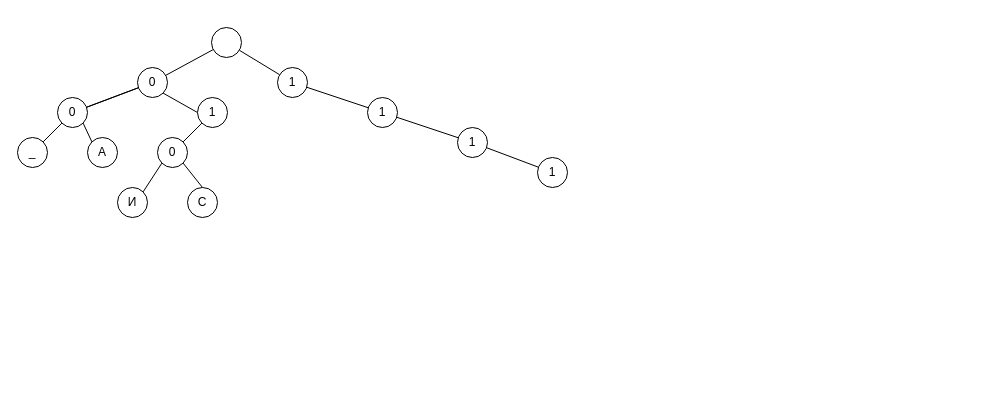
Before: Диаграмма без названия.drawio in Shumila71/shumila71.github.io, a draw.io diagram. Source tidied: cells renumbered, new cells numbered last; positions are measured from the earlier drawing's top-left corner, leaving out a move shared by most shapes. Both pictures are drawn from the tidied source at 100%, with x=0, y=0 at pixel (17, 27).
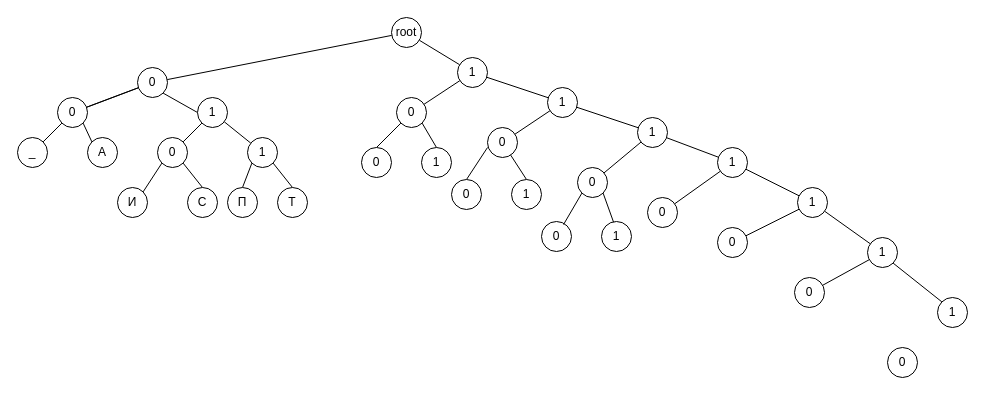
The same page after the edit.

Unchanged cells that the change refers to:
```xml
<mxCell id="22" value="1" style="ellipse;whiteSpace=wrap;html=1;" parent="1" vertex="1">
  <mxGeometry x="180" y="70" width="30" height="30" as="geometry" />
</mxCell>
```

What changed in the source:
```diff
@@
-    <mxCell id="7" style="ellipse;whiteSpace=wrap;html=1;" parent="1" vertex="1">
-      <mxGeometry x="194" width="30" height="30" as="geometry" />
+    <mxCell id="7" value="root" style="ellipse;whiteSpace=wrap;html=1;" parent="1" vertex="1">
+      <mxGeometry x="374" y="-10" width="30" height="30" as="geometry" />
     </mxCell>
@@
+    <mxCell id="28" style="edgeStyle=none;shape=connector;rounded=0;jettySize=auto;html=1;labelBackgroundColor=default;strokeColor=default;align=center;verticalAlign=middle;fontFamily=Helvetica;fontSize=11;fontColor=default;endArrow=none;endFill=0;" parent="1" edge="1" source="14" target="48">
+      <mxGeometry relative="1" as="geometry" />
+    </mxCell>
     <mxCell id="14" value="1" style="ellipse;whiteSpace=wrap;html=1;" parent="1" vertex="1">
-      <mxGeometry x="260" y="40" width="30" height="30" as="geometry" />
+      <mxGeometry x="440" y="30" width="30" height="30" as="geometry" />
     </mxCell>
@@
+    <mxCell id="29" style="edgeStyle=none;shape=connector;rounded=0;jettySize=auto;html=1;labelBackgroundColor=default;strokeColor=default;align=center;verticalAlign=middle;fontFamily=Helvetica;fontSize=11;fontColor=default;endArrow=none;endFill=0;" parent="1" edge="1" source="16" target="49">
+      <mxGeometry relative="1" as="geometry" />
+    </mxCell>
     <mxCell id="16" value="1" style="ellipse;whiteSpace=wrap;html=1;" parent="1" vertex="1">
-      <mxGeometry x="350" y="70" width="30" height="30" as="geometry" />
+      <mxGeometry x="530" y="60" width="30" height="30" as="geometry" />
     </mxCell>
@@
+    <mxCell id="30" style="edgeStyle=none;shape=connector;rounded=0;jettySize=auto;html=1;labelBackgroundColor=default;strokeColor=default;align=center;verticalAlign=middle;fontFamily=Helvetica;fontSize=11;fontColor=default;endArrow=none;endFill=0;" parent="1" edge="1" source="18" target="50">
+      <mxGeometry relative="1" as="geometry" />
+    </mxCell>
     <mxCell id="18" value="1" style="ellipse;whiteSpace=wrap;html=1;" parent="1" vertex="1">
-      <mxGeometry x="440" y="100" width="30" height="30" as="geometry" />
+      <mxGeometry x="620" y="90" width="30" height="30" as="geometry" />
     </mxCell>
+    <mxCell id="31" style="edgeStyle=none;shape=connector;rounded=0;jettySize=auto;html=1;labelBackgroundColor=default;strokeColor=default;align=center;verticalAlign=middle;fontFamily=Helvetica;fontSize=11;fontColor=default;endArrow=none;endFill=0;" parent="1" edge="1" source="19" target="41">
+      <mxGeometry relative="1" as="geometry" />
+    </mxCell>
+    <mxCell id="32" style="edgeStyle=none;shape=connector;rounded=0;jettySize=auto;html=1;labelBackgroundColor=default;strokeColor=default;align=center;verticalAlign=middle;fontFamily=Helvetica;fontSize=11;fontColor=default;endArrow=none;endFill=0;" parent="1" edge="1" source="19" target="51">
+      <mxGeometry relative="1" as="geometry" />
+    </mxCell>
     <mxCell id="19" value="1" style="ellipse;whiteSpace=wrap;html=1;" parent="1" vertex="1">
-      <mxGeometry x="520" y="130" width="30" height="30" as="geometry" />
+      <mxGeometry x="700" y="120" width="30" height="30" as="geometry" />
     </mxCell>
@@
+    <mxCell id="33" style="edgeStyle=none;shape=connector;rounded=0;jettySize=auto;html=1;labelBackgroundColor=default;strokeColor=default;align=center;verticalAlign=middle;fontFamily=Helvetica;fontSize=11;fontColor=default;endArrow=none;endFill=0;" parent="1" edge="1" source="22" target="36">
+      <mxGeometry relative="1" as="geometry" />
+    </mxCell>
@@
+    <mxCell id="34" style="edgeStyle=none;shape=connector;rounded=0;jettySize=auto;html=1;exitX=0;exitY=1;exitDx=0;exitDy=0;entryX=0.5;entryY=0;entryDx=0;entryDy=0;labelBackgroundColor=default;strokeColor=default;align=center;verticalAlign=middle;fontFamily=Helvetica;fontSize=11;fontColor=default;endArrow=none;endFill=0;" parent="1" edge="1" source="36" target="37">
+      <mxGeometry relative="1" as="geometry" />
+    </mxCell>
+    <mxCell id="35" style="edgeStyle=none;shape=connector;rounded=0;jettySize=auto;html=1;exitX=1;exitY=1;exitDx=0;exitDy=0;entryX=0.5;entryY=0;entryDx=0;entryDy=0;labelBackgroundColor=default;strokeColor=default;align=center;verticalAlign=middle;fontFamily=Helvetica;fontSize=11;fontColor=default;endArrow=none;endFill=0;" parent="1" edge="1" source="36" target="38">
+      <mxGeometry relative="1" as="geometry" />
+    </mxCell>
+    <mxCell id="36" value="1" style="ellipse;whiteSpace=wrap;html=1;" parent="1" vertex="1">
+      <mxGeometry x="230" y="110" width="30" height="30" as="geometry" />
+    </mxCell>
+    <mxCell id="37" value="П" style="ellipse;whiteSpace=wrap;html=1;" parent="1" vertex="1">
+      <mxGeometry x="210" y="160" width="30" height="30" as="geometry" />
+    </mxCell>
+    <mxCell id="38" value="Т" style="ellipse;whiteSpace=wrap;html=1;" parent="1" vertex="1">
+      <mxGeometry x="260" y="160" width="30" height="30" as="geometry" />
+    </mxCell>
+    <mxCell id="39" style="edgeStyle=none;shape=connector;rounded=0;jettySize=auto;html=1;labelBackgroundColor=default;strokeColor=default;align=center;verticalAlign=middle;fontFamily=Helvetica;fontSize=11;fontColor=default;endArrow=none;endFill=0;" parent="1" edge="1" source="41" target="44">
+      <mxGeometry relative="1" as="geometry" />
+    </mxCell>
+    <mxCell id="40" style="edgeStyle=none;shape=connector;rounded=0;jettySize=auto;html=1;labelBackgroundColor=default;strokeColor=default;align=center;verticalAlign=middle;fontFamily=Helvetica;fontSize=11;fontColor=default;endArrow=none;endFill=0;" parent="1" edge="1" source="41" target="52">
+      <mxGeometry relative="1" as="geometry" />
+    </mxCell>
+    <mxCell id="41" value="1" style="ellipse;whiteSpace=wrap;html=1;" parent="1" vertex="1">
+      <mxGeometry x="780" y="160" width="30" height="30" as="geometry" />
+    </mxCell>
+    <mxCell id="42" style="edgeStyle=none;shape=connector;rounded=0;jettySize=auto;html=1;exitX=1;exitY=1;exitDx=0;exitDy=0;entryX=0;entryY=0;entryDx=0;entryDy=0;labelBackgroundColor=default;strokeColor=default;align=center;verticalAlign=middle;fontFamily=Helvetica;fontSize=11;fontColor=default;endArrow=none;endFill=0;" parent="1" edge="1" source="44" target="45">
+      <mxGeometry relative="1" as="geometry" />
+    </mxCell>
+    <mxCell id="43" style="edgeStyle=none;shape=connector;rounded=0;jettySize=auto;html=1;labelBackgroundColor=default;strokeColor=default;align=center;verticalAlign=middle;fontFamily=Helvetica;fontSize=11;fontColor=default;endArrow=none;endFill=0;" parent="1" edge="1" source="44" target="53">
+      <mxGeometry relative="1" as="geometry" />
+    </mxCell>
+    <mxCell id="44" value="1" style="ellipse;whiteSpace=wrap;html=1;" parent="1" vertex="1">
+      <mxGeometry x="850" y="210" width="30" height="30" as="geometry" />
+    </mxCell>
+    <mxCell id="45" value="1" style="ellipse;whiteSpace=wrap;html=1;" parent="1" vertex="1">
+      <mxGeometry x="920" y="270" width="30" height="30" as="geometry" />
+    </mxCell>
+    <mxCell id="46" style="edgeStyle=none;shape=connector;rounded=0;jettySize=auto;html=1;exitX=0;exitY=1;exitDx=0;exitDy=0;entryX=0.5;entryY=0;entryDx=0;entryDy=0;labelBackgroundColor=default;strokeColor=default;align=center;verticalAlign=middle;fontFamily=Helvetica;fontSize=11;fontColor=default;endArrow=none;endFill=0;" parent="1" edge="1" source="48" target="56">
+      <mxGeometry relative="1" as="geometry" />
+    </mxCell>
+    <mxCell id="47" style="edgeStyle=none;shape=connector;rounded=0;jettySize=auto;html=1;exitX=1;exitY=1;exitDx=0;exitDy=0;entryX=0.5;entryY=0;entryDx=0;entryDy=0;labelBackgroundColor=default;strokeColor=default;align=center;verticalAlign=middle;fontFamily=Helvetica;fontSize=11;fontColor=default;endArrow=none;endFill=0;" parent="1" edge="1" source="48" target="55">
+      <mxGeometry relative="1" as="geometry" />
+    </mxCell>
+    <mxCell id="48" value="0" style="ellipse;whiteSpace=wrap;html=1;" parent="1" vertex="1">
+      <mxGeometry x="379" y="70" width="30" height="30" as="geometry" />
+    </mxCell>
+    <mxCell id="49" value="0" style="ellipse;whiteSpace=wrap;html=1;" parent="1" vertex="1">
+      <mxGeometry x="470" y="100" width="30" height="30" as="geometry" />
+    </mxCell>
+    <mxCell id="50" value="0" style="ellipse;whiteSpace=wrap;html=1;" parent="1" vertex="1">
+      <mxGeometry x="560" y="140" width="30" height="30" as="geometry" />
+    </mxCell>
+    <mxCell id="51" value="0" style="ellipse;whiteSpace=wrap;html=1;" parent="1" vertex="1">
+      <mxGeometry x="630" y="170" width="30" height="30" as="geometry" />
+    </mxCell>
+    <mxCell id="52" value="0" style="ellipse;whiteSpace=wrap;html=1;" parent="1" vertex="1">
+      <mxGeometry x="700" y="200" width="30" height="30" as="geometry" />
+    </mxCell>
+    <mxCell id="53" value="0" style="ellipse;whiteSpace=wrap;html=1;" parent="1" vertex="1">
+      <mxGeometry x="777" y="250" width="30" height="30" as="geometry" />
+    </mxCell>
+    <mxCell id="54" value="0" style="ellipse;whiteSpace=wrap;html=1;" parent="1" vertex="1">
+      <mxGeometry x="870" y="320" width="30" height="30" as="geometry" />
+    </mxCell>
+    <mxCell id="55" value="1" style="ellipse;whiteSpace=wrap;html=1;" parent="1" vertex="1">
+      <mxGeometry x="404" y="120" width="30" height="30" as="geometry" />
+    </mxCell>
+    <mxCell id="56" value="0" style="ellipse;whiteSpace=wrap;html=1;" parent="1" vertex="1">
+      <mxGeometry x="344" y="120" width="30" height="30" as="geometry" />
+    </mxCell>
+    <mxCell id="57" style="edgeStyle=none;shape=connector;rounded=0;jettySize=auto;html=1;exitX=0;exitY=0.667;exitDx=0;exitDy=0;entryX=0.5;entryY=0;entryDx=0;entryDy=0;labelBackgroundColor=default;strokeColor=default;align=center;verticalAlign=middle;fontFamily=Helvetica;fontSize=11;fontColor=default;endArrow=none;endFill=0;exitPerimeter=0;" parent="1" edge="1" source="49" target="60">
+      <mxGeometry relative="1" as="geometry" />
+    </mxCell>
+    <mxCell id="58" style="edgeStyle=none;shape=connector;rounded=0;jettySize=auto;html=1;entryX=0.5;entryY=0;entryDx=0;entryDy=0;labelBackgroundColor=default;strokeColor=default;align=center;verticalAlign=middle;fontFamily=Helvetica;fontSize=11;fontColor=default;endArrow=none;endFill=0;" parent="1" edge="1" source="49" target="59">
+      <mxGeometry relative="1" as="geometry" />
+    </mxCell>
+    <mxCell id="59" value="1" style="ellipse;whiteSpace=wrap;html=1;" parent="1" vertex="1">
+      <mxGeometry x="494" y="152" width="30" height="30" as="geometry" />
+    </mxCell>
+    <mxCell id="60" value="0" style="ellipse;whiteSpace=wrap;html=1;" parent="1" vertex="1">
+      <mxGeometry x="434" y="152" width="30" height="30" as="geometry" />
+    </mxCell>
+    <mxCell id="61" value="1" style="ellipse;whiteSpace=wrap;html=1;" parent="1" vertex="1">
+      <mxGeometry x="584" y="194" width="30" height="30" as="geometry" />
+    </mxCell>
+    <mxCell id="62" value="0" style="ellipse;whiteSpace=wrap;html=1;" parent="1" vertex="1">
+      <mxGeometry x="524" y="194" width="30" height="30" as="geometry" />
+    </mxCell>
+    <mxCell id="63" style="edgeStyle=none;shape=connector;rounded=0;jettySize=auto;html=1;exitX=0;exitY=1;exitDx=0;exitDy=0;entryX=0.735;entryY=0.1;entryDx=0;entryDy=0;entryPerimeter=0;labelBackgroundColor=default;strokeColor=default;align=center;verticalAlign=middle;fontFamily=Helvetica;fontSize=11;fontColor=default;endArrow=none;endFill=0;" parent="1" edge="1" source="50" target="62">
+      <mxGeometry relative="1" as="geometry" />
+    </mxCell>
+    <mxCell id="64" style="edgeStyle=none;shape=connector;rounded=0;jettySize=auto;html=1;exitX=1;exitY=1;exitDx=0;exitDy=0;entryX=0.402;entryY=0.021;entryDx=0;entryDy=0;entryPerimeter=0;labelBackgroundColor=default;strokeColor=default;align=center;verticalAlign=middle;fontFamily=Helvetica;fontSize=11;fontColor=default;endArrow=none;endFill=0;" parent="1" edge="1" source="50" target="61">
+      <mxGeometry relative="1" as="geometry" />
+    </mxCell>
```
